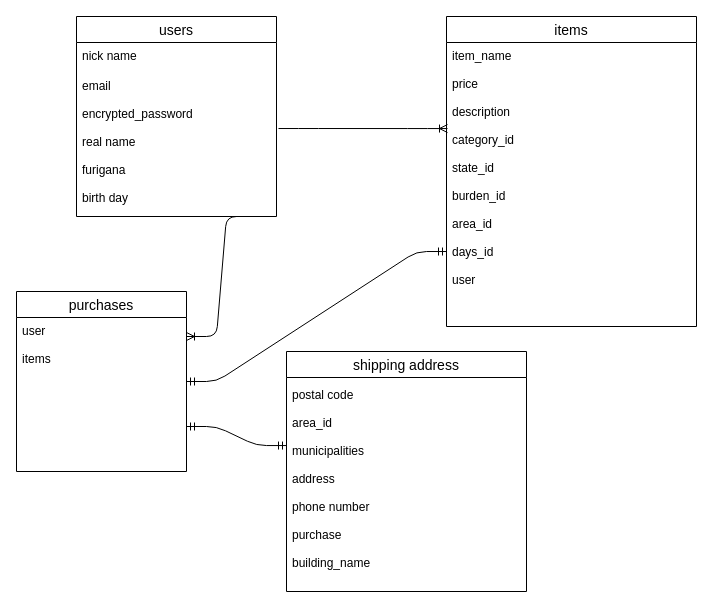
The draw.io diagram ER.dio in umedayuuki/furima-31511, before the edit. Source tidied: cells renumbered, new cells numbered last; positions are measured from the earlier drawing's top-left corner, leaving out a move shared by most shapes. Both pictures are drawn from the tidied source at 100%, with x=0, y=0 at pixel (16, 16).
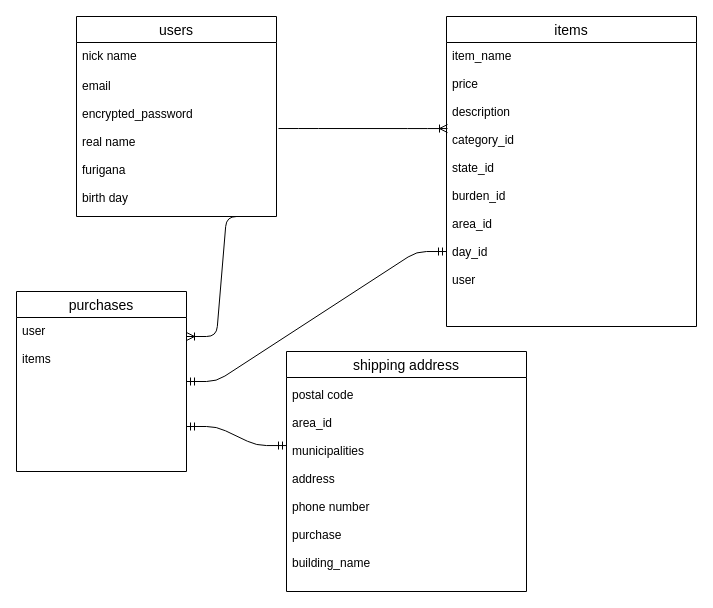
After the change.

Commit message (it also covers changes not shown here):
タイプの修正

What changed in the source:
```diff
@@
 <mxGraphModel>
   <root>
     <mxCell id="0" />
     <mxCell id="1" parent="0" />
     <mxCell id="2" value="users" style="swimlane;fontStyle=0;horizontal=1;startSize=26;align=center;fontSize=14;shadow=0;" parent="1" vertex="1">
       <mxGeometry x="60" width="200" height="200" as="geometry" />
     </mxCell>
     <mxCell id="3" value="nick name" style="text;strokeColor=none;fillColor=none;spacingLeft=4;spacingRight=4;overflow=hidden;fontSize=12;" parent="2" vertex="1">
       <mxGeometry y="26" width="200" height="30" as="geometry" />
     </mxCell>
     <mxCell id="4" value="email&#10;&#10;encrypted_password&#10;&#10;real name&#10;&#10;furigana&#10;&#10;birth day" style="text;strokeColor=none;fillColor=none;spacingLeft=4;spacingRight=4;overflow=hidden;points=[[0,0.5],[1,0.5]];portConstraint=eastwest;fontSize=12;" parent="2" vertex="1">
       <mxGeometry y="56" width="200" height="144" as="geometry" />
     </mxCell>
     <mxCell id="5" value="items" style="swimlane;fontStyle=0;horizontal=1;startSize=26;align=center;fontSize=14;shadow=0;" parent="1" vertex="1">
       <mxGeometry x="430" width="250" height="310" as="geometry" />
     </mxCell>
-    <mxCell id="6" value="item_name&#10;&#10;price&#10;&#10;description&#10;&#10;category_id&#10;&#10;state_id&#10;&#10;burden_id&#10;&#10;area_id&#10;&#10;days_id&#10;&#10;user" style="text;strokeColor=none;fillColor=none;spacingLeft=4;spacingRight=4;overflow=hidden;points=[[0,0.5],[1,0.5]];portConstraint=eastwest;fontSize=12;" parent="5" vertex="1">
+    <mxCell id="6" value="item_name&#10;&#10;price&#10;&#10;description&#10;&#10;category_id&#10;&#10;state_id&#10;&#10;burden_id&#10;&#10;area_id&#10;&#10;day_id&#10;&#10;user" style="text;strokeColor=none;fillColor=none;spacingLeft=4;spacingRight=4;overflow=hidden;points=[[0,0.5],[1,0.5]];portConstraint=eastwest;fontSize=12;" parent="5" vertex="1">
       <mxGeometry y="26" width="250" height="284" as="geometry" />
     </mxCell>
     <mxCell id="7" value="purchases" style="swimlane;fontStyle=0;horizontal=1;startSize=26;align=center;fontSize=14;shadow=0;" parent="1" vertex="1">
       <mxGeometry y="275" width="170" height="180" as="geometry" />
     </mxCell>
     <mxCell id="8" value="shipping address" style="swimlane;fontStyle=0;horizontal=1;startSize=26;align=center;fontSize=14;shadow=0;" parent="1" vertex="1">
       <mxGeometry x="270" y="335" width="240" height="240" as="geometry" />
     </mxCell>
     <mxCell id="9" style="edgeStyle=entityRelationEdgeStyle;fontSize=12;html=1;endArrow=ERoneToMany;exitX=1.01;exitY=0.389;exitDx=0;exitDy=0;exitPerimeter=0;entryX=0.004;entryY=0.303;entryDx=0;entryDy=0;entryPerimeter=0;" parent="1" edge="1" source="4" target="6">
       <mxGeometry relative="1" as="geometry" />
     </mxCell>
     <mxCell id="10" style="edgeStyle=entityRelationEdgeStyle;fontSize=12;html=1;endArrow=ERoneToMany;entryX=1;entryY=0.25;entryDx=0;entryDy=0;exitX=0.9;exitY=1;exitDx=0;exitDy=0;exitPerimeter=0;" parent="1" edge="1" source="4" target="7">
       <mxGeometry relative="1" as="geometry" />
     </mxCell>
     <mxCell id="11" style="edgeStyle=entityRelationEdgeStyle;fontSize=12;html=1;endArrow=ERmandOne;startArrow=ERmandOne;exitX=1;exitY=0.5;exitDx=0;exitDy=0;entryX=0;entryY=0.736;entryDx=0;entryDy=0;entryPerimeter=0;" parent="1" edge="1" source="7" target="6">
       <mxGeometry relative="1" as="geometry" />
     </mxCell>
     <mxCell id="12" style="edgeStyle=entityRelationEdgeStyle;fontSize=12;html=1;endArrow=ERmandOne;startArrow=ERmandOne;exitX=1;exitY=0.75;exitDx=0;exitDy=0;entryX=0;entryY=0.305;entryDx=0;entryDy=0;entryPerimeter=0;" parent="1" edge="1" source="7" target="14">
       <mxGeometry relative="1" as="geometry" />
     </mxCell>
     <mxCell id="13" value="user&#10;&#10;items" style="text;strokeColor=none;fillColor=none;spacingLeft=4;spacingRight=4;overflow=hidden;fontSize=12;" parent="1" vertex="1">
       <mxGeometry y="301" width="90" height="64" as="geometry" />
     </mxCell>
     <mxCell id="14" value="postal code&#10;&#10;area_id&#10;&#10;municipalities&#10;&#10;address&#10;&#10;phone number&#10;&#10;purchase&#10;&#10;building_name" style="text;strokeColor=none;fillColor=none;spacingLeft=4;spacingRight=4;overflow=hidden;points=[[0,0.5],[1,0.5]];portConstraint=eastwest;fontSize=12;" parent="1" vertex="1">
       <mxGeometry x="270" y="365" width="240" height="210" as="geometry" />
     </mxCell>
   </root>
 </mxGraphModel>
```
